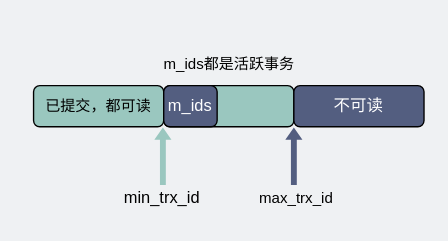
This is network/readview.drawio from xiaobaiTech/image, a draw.io file, before an edit. Source tidied: cells renumbered, new cells numbered last; positions are measured from the earlier drawing's top-left corner, leaving out a move shared by most shapes. Both pictures are drawn from the tidied source at 137%, with x=0, y=0 at pixel (33, 44).
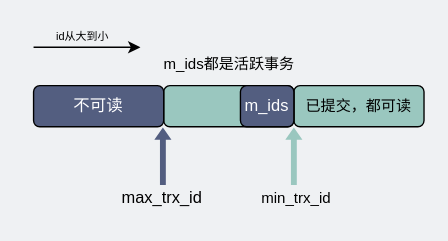
The same page after the edit.

Change to the diagram source:
```diff
@@
 <mxGraphModel background="#EFF1F3">
   <root>
     <mxCell id="0" />
     <mxCell id="1" parent="0" />
     <mxCell id="2" value="&lt;span style=&quot;font-size: 11px&quot;&gt;已提交，都可读&lt;/span&gt;" style="rounded=1;whiteSpace=wrap;html=1;fillColor=#9AC7BF;" parent="1" vertex="1">
-      <mxGeometry y="30" width="95" height="30" as="geometry" />
+      <mxGeometry x="190" y="30" width="95" height="30" as="geometry" />
     </mxCell>
     <mxCell id="3" style="rounded=1;whiteSpace=wrap;html=1;fillColor=#9AC7BF;" parent="1" vertex="1">
       <mxGeometry x="95" y="30" width="95" height="30" as="geometry" />
     </mxCell>
     <mxCell id="4" value="不可读" style="rounded=1;whiteSpace=wrap;html=1;fillColor=#535E80;fontColor=#FFFFFF;" parent="1" vertex="1">
-      <mxGeometry x="190" y="30" width="95" height="30" as="geometry" />
+      <mxGeometry y="30" width="95" height="30" as="geometry" />
     </mxCell>
-    <mxCell id="5" style="shape=flexArrow;endArrow=classic;html=1;rounded=0;strokeColor=none;fillColor=#9AC7BF;endWidth=7.212325469427058;endSize=2.664676616915423;width=4.278606965174129;" parent="1" edge="1">
-      <mxGeometry relative="1" as="geometry">
-        <mxPoint x="94.4" y="103" as="sourcePoint" />
-        <mxPoint x="94.4" y="60" as="targetPoint" />
-      </mxGeometry>
-    </mxCell>
+    <mxCell id="11" style="shape=flexArrow;endArrow=classic;html=1;rounded=0;strokeColor=none;fillColor=#535E80;endWidth=7.212325469427058;endSize=2.664676616915423;width=4.278606965174129;" parent="1" edge="1">
+      <mxGeometry relative="1" as="geometry">
+        <mxPoint x="94.4" y="103" as="sourcePoint" />
+        <mxPoint x="94.4" y="60" as="targetPoint" />
+      </mxGeometry>
+    </mxCell>
+    <mxCell id="8" value="max_trx_id" style="text;html=1;strokeColor=none;fillColor=none;align=center;verticalAlign=middle;whiteSpace=wrap;rounded=0;" parent="1" vertex="1">
+      <mxGeometry x="64" y="97" width="60" height="30" as="geometry" />
+    </mxCell>
+    <mxCell id="12" style="shape=flexArrow;endArrow=classic;html=1;rounded=0;strokeColor=none;fillColor=#9AC7BF;endWidth=7.212325469427058;endSize=2.664676616915423;width=4.278606965174129;fontColor=#535E80;" parent="1" edge="1">
+      <mxGeometry relative="1" as="geometry">
+        <mxPoint x="190" y="103" as="sourcePoint" />
+        <mxPoint x="190" y="60" as="targetPoint" />
+      </mxGeometry>
+    </mxCell>
-    <mxCell id="6" value="min_trx_id" style="text;html=1;strokeColor=none;fillColor=none;align=center;verticalAlign=middle;whiteSpace=wrap;rounded=0;" parent="1" vertex="1">
-      <mxGeometry x="64" y="97" width="60" height="30" as="geometry" />
+    <mxCell id="6" value="&lt;font style=&quot;font-size: 11px&quot;&gt;min_trx_id&lt;/font&gt;" style="text;html=1;strokeColor=none;fillColor=none;align=center;verticalAlign=middle;whiteSpace=wrap;rounded=0;" parent="1" vertex="1">
+      <mxGeometry x="162" y="97" width="60" height="30" as="geometry" />
     </mxCell>
-    <mxCell id="7" style="shape=flexArrow;endArrow=classic;html=1;rounded=0;strokeColor=none;fillColor=#535E80;endWidth=7.212325469427058;endSize=2.664676616915423;width=4.278606965174129;fontColor=#535E80;" parent="1" edge="1">
-      <mxGeometry relative="1" as="geometry">
-        <mxPoint x="190" y="103" as="sourcePoint" />
-        <mxPoint x="190" y="60" as="targetPoint" />
-      </mxGeometry>
-    </mxCell>
-    <mxCell id="8" value="&lt;font style=&quot;font-size: 11px&quot;&gt;max_trx_id&lt;/font&gt;" style="text;html=1;strokeColor=none;fillColor=none;align=center;verticalAlign=middle;whiteSpace=wrap;rounded=0;" parent="1" vertex="1">
-      <mxGeometry x="162" y="97" width="60" height="30" as="geometry" />
-    </mxCell>
     <mxCell id="9" value="&lt;font color=&quot;#ffffff&quot;&gt;m_ids&lt;/font&gt;" style="rounded=1;whiteSpace=wrap;html=1;fillColor=#535E80;" parent="1" vertex="1">
-      <mxGeometry x="95" y="30" width="39" height="30" as="geometry" />
+      <mxGeometry x="151" y="30" width="39" height="30" as="geometry" />
     </mxCell>
     <mxCell id="10" value="m_ids都是活跃事务" style="text;html=1;strokeColor=none;fillColor=none;align=center;verticalAlign=middle;whiteSpace=wrap;rounded=0;fontSize=11;" parent="1" vertex="1">
       <mxGeometry x="88" width="110" height="27" as="geometry" />
     </mxCell>
+    <mxCell id="13" style="endArrow=classic;html=1;rounded=0;fillColor=#535E80;" parent="1" edge="1">
+      <mxGeometry relative="1" as="geometry">
+        <mxPoint y="2" as="sourcePoint" />
+        <mxPoint x="78" y="2" as="targetPoint" />
+      </mxGeometry>
+    </mxCell>
+    <mxCell id="14" value="&lt;font style=&quot;font-size: 8px&quot;&gt;id从大到小&lt;/font&gt;" style="text;html=1;strokeColor=none;fillColor=none;align=center;verticalAlign=middle;whiteSpace=wrap;rounded=0;" parent="1" vertex="1">
+      <mxGeometry x="-2" y="-15" width="76" height="15" as="geometry" />
+    </mxCell>
   </root>
 </mxGraphModel>
```
